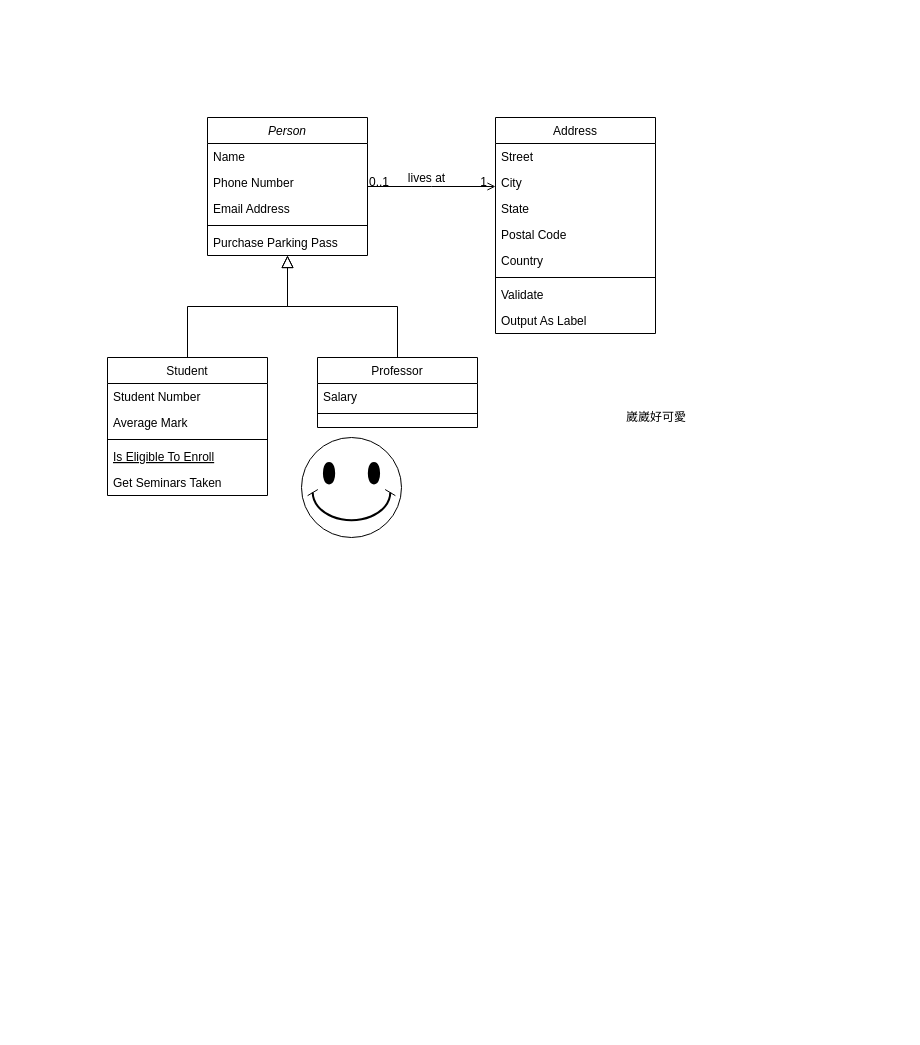
This is UML.drawio from jiang0906/6-2, a draw.io file, before an edit. Source tidied: cells renumbered, new cells numbered last; positions are measured from the earlier drawing's top-left corner, leaving out a move shared by most shapes. Both pictures are drawn from the tidied source at 100%, with x=0, y=0 at pixel (107, 117).
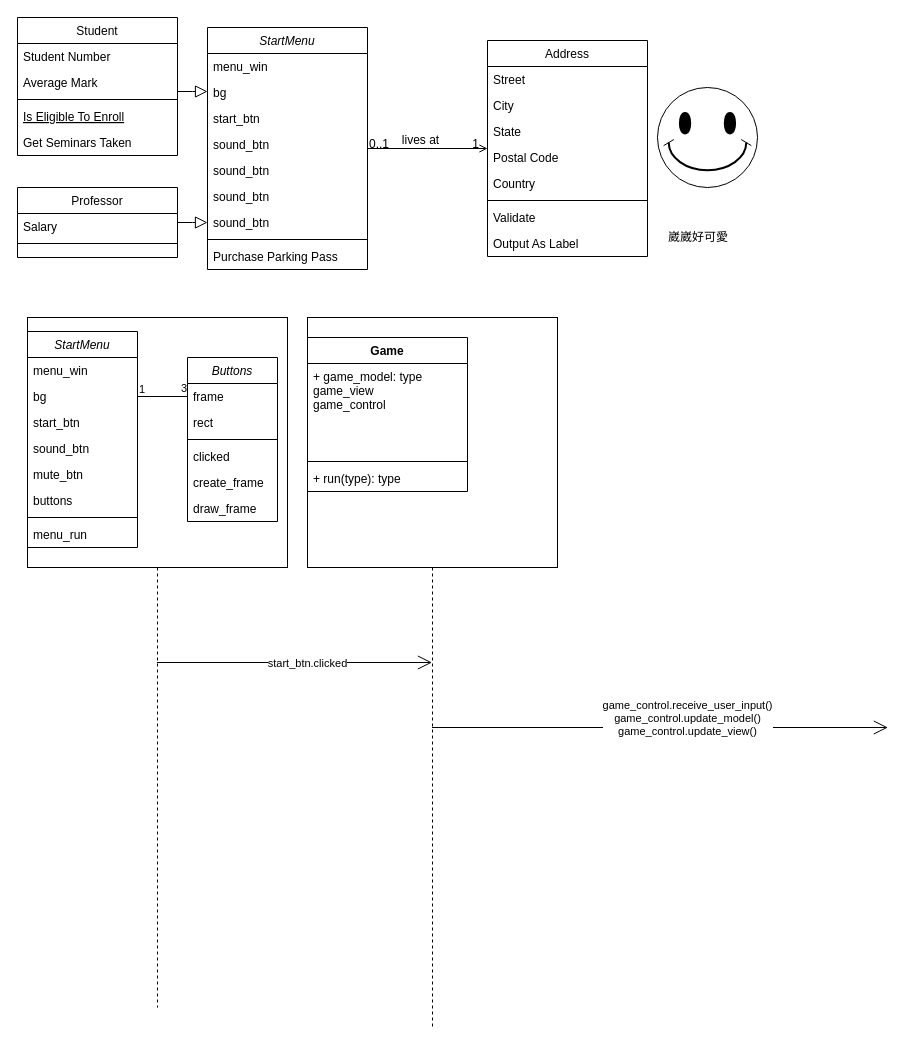
The same page after the edit.

What changed in the source:
```diff
@@
-    <mxCell id="2" value="Person" style="swimlane;fontStyle=2;align=center;verticalAlign=top;horizontal=1;startSize=26;rounded=0;shadow=0;strokeWidth=1;" parent="1" vertex="1">
-      <mxGeometry x="100" width="160" height="138" as="geometry" />
+    <mxCell id="2" value="StartMenu" style="swimlane;fontStyle=2;align=center;verticalAlign=top;horizontal=1;startSize=26;rounded=0;shadow=0;strokeWidth=1;" parent="1" vertex="1">
+      <mxGeometry x="100" y="-90" width="160" height="242" as="geometry" />
     </mxCell>
-    <mxCell id="3" value="Name" style="text;align=left;verticalAlign=top;spacingLeft=4;spacingRight=4;overflow=hidden;" parent="2" vertex="1">
+    <mxCell id="3" value="menu_win" style="text;align=left;verticalAlign=top;spacingLeft=4;spacingRight=4;overflow=hidden;" parent="2" vertex="1">
       <mxGeometry y="26" width="160" height="26" as="geometry" />
     </mxCell>
-    <mxCell id="4" value="Phone Number" style="text;align=left;verticalAlign=top;spacingLeft=4;spacingRight=4;overflow=hidden;rounded=0;shadow=0;html=0;" parent="2" vertex="1">
+    <mxCell id="4" value="bg" style="text;align=left;verticalAlign=top;spacingLeft=4;spacingRight=4;overflow=hidden;rounded=0;shadow=0;html=0;" parent="2" vertex="1">
       <mxGeometry y="52" width="160" height="26" as="geometry" />
     </mxCell>
-    <mxCell id="5" value="Email Address" style="text;align=left;verticalAlign=top;spacingLeft=4;spacingRight=4;overflow=hidden;rounded=0;shadow=0;html=0;" parent="2" vertex="1">
+    <mxCell id="5" value="start_btn" style="text;align=left;verticalAlign=top;spacingLeft=4;spacingRight=4;overflow=hidden;rounded=0;shadow=0;html=0;" parent="2" vertex="1">
       <mxGeometry y="78" width="160" height="26" as="geometry" />
     </mxCell>
+    <mxCell id="34" value="sound_btn" style="text;align=left;verticalAlign=top;spacingLeft=4;spacingRight=4;overflow=hidden;rounded=0;shadow=0;html=0;" parent="2" vertex="1">
+      <mxGeometry y="104" width="160" height="26" as="geometry" />
+    </mxCell>
+    <mxCell id="35" value="sound_btn" style="text;align=left;verticalAlign=top;spacingLeft=4;spacingRight=4;overflow=hidden;rounded=0;shadow=0;html=0;" parent="2" vertex="1">
+      <mxGeometry y="130" width="160" height="26" as="geometry" />
+    </mxCell>
+    <mxCell id="36" value="sound_btn" style="text;align=left;verticalAlign=top;spacingLeft=4;spacingRight=4;overflow=hidden;rounded=0;shadow=0;html=0;" parent="2" vertex="1">
+      <mxGeometry y="156" width="160" height="26" as="geometry" />
+    </mxCell>
+    <mxCell id="37" value="sound_btn" style="text;align=left;verticalAlign=top;spacingLeft=4;spacingRight=4;overflow=hidden;rounded=0;shadow=0;html=0;" parent="2" vertex="1">
+      <mxGeometry y="182" width="160" height="26" as="geometry" />
+    </mxCell>
     <mxCell id="6" style="line;html=1;strokeWidth=1;align=left;verticalAlign=middle;spacingTop=-1;spacingLeft=3;spacingRight=3;labelPosition=right;" parent="2" vertex="1">
-      <mxGeometry y="104" width="160" height="8" as="geometry" />
+      <mxGeometry y="208" width="160" height="8" as="geometry" />
     </mxCell>
     <mxCell id="7" value="Purchase Parking Pass" style="text;align=left;verticalAlign=top;spacingLeft=4;spacingRight=4;overflow=hidden;" parent="2" vertex="1">
-      <mxGeometry y="112" width="160" height="26" as="geometry" />
+      <mxGeometry y="216" width="160" height="26" as="geometry" />
     </mxCell>
     <mxCell id="8" value="Student" style="swimlane;fontStyle=0;align=center;verticalAlign=top;horizontal=1;startSize=26;rounded=0;shadow=0;strokeWidth=1;" parent="1" vertex="1">
-      <mxGeometry y="240" width="160" height="138" as="geometry" />
+      <mxGeometry x="-90" y="-100" width="160" height="138" as="geometry" />
     </mxCell>
@@
     <mxCell id="15" value="Professor" style="swimlane;fontStyle=0;align=center;verticalAlign=top;horizontal=1;startSize=26;rounded=0;shadow=0;strokeWidth=1;" parent="1" vertex="1">
-      <mxGeometry x="210" y="240" width="160" height="70" as="geometry" />
+      <mxGeometry x="-90" y="70" width="160" height="70" as="geometry" />
     </mxCell>
@@
     <mxCell id="19" value="Address" style="swimlane;fontStyle=0;align=center;verticalAlign=top;horizontal=1;startSize=26;rounded=0;shadow=0;strokeWidth=1;" parent="1" vertex="1">
-      <mxGeometry x="388" width="160" height="216" as="geometry" />
+      <mxGeometry x="380" y="-77" width="160" height="216" as="geometry" />
     </mxCell>
@@
     <mxCell id="32" style="verticalLabelPosition=bottom;verticalAlign=top;html=1;shape=mxgraph.basic.smiley;" parent="1" vertex="1">
-      <mxGeometry x="194" y="320" width="100" height="100" as="geometry" />
+      <mxGeometry x="550" y="-30" width="100" height="100" as="geometry" />
     </mxCell>
     <mxCell id="33" value="崴崴好可愛" style="text;html=1;strokeColor=none;fillColor=none;align=center;verticalAlign=middle;whiteSpace=wrap;rounded=0;" parent="1" vertex="1">
-      <mxGeometry x="508" y="290" width="82" height="20" as="geometry" />
+      <mxGeometry x="550" y="110" width="82" height="20" as="geometry" />
     </mxCell>
+    <mxCell id="38" style="shape=umlLifeline;perimeter=lifelinePerimeter;whiteSpace=wrap;html=1;outlineConnect=0;size=250;" parent="1" vertex="1">
+      <mxGeometry x="-80" y="200" width="260" height="690" as="geometry" />
+    </mxCell>
+    <mxCell id="39" value="StartMenu" style="swimlane;fontStyle=2;align=center;verticalAlign=top;horizontal=1;startSize=26;rounded=0;shadow=0;strokeWidth=1;" parent="38" vertex="1">
+      <mxGeometry y="14" width="110" height="216" as="geometry" />
+    </mxCell>
+    <mxCell id="40" value="menu_win" style="text;align=left;verticalAlign=top;spacingLeft=4;spacingRight=4;overflow=hidden;" parent="39" vertex="1">
+      <mxGeometry y="26" width="110" height="26" as="geometry" />
+    </mxCell>
+    <mxCell id="41" value="bg" style="text;align=left;verticalAlign=top;spacingLeft=4;spacingRight=4;overflow=hidden;points=[[0,0.5],[1,0.5]];portConstraint=eastwest;rounded=0;shadow=0;html=0;" parent="39" vertex="1">
+      <mxGeometry y="52" width="110" height="26" as="geometry" />
+    </mxCell>
+    <mxCell id="42" value="start_btn" style="text;align=left;verticalAlign=top;spacingLeft=4;spacingRight=4;overflow=hidden;rounded=0;shadow=0;html=0;" parent="39" vertex="1">
+      <mxGeometry y="78" width="110" height="26" as="geometry" />
+    </mxCell>
+    <mxCell id="43" value="sound_btn" style="text;align=left;verticalAlign=top;spacingLeft=4;spacingRight=4;overflow=hidden;rounded=0;shadow=0;html=0;" parent="39" vertex="1">
+      <mxGeometry y="104" width="110" height="26" as="geometry" />
+    </mxCell>
+    <mxCell id="44" value="mute_btn" style="text;align=left;verticalAlign=top;spacingLeft=4;spacingRight=4;overflow=hidden;rounded=0;shadow=0;html=0;" parent="39" vertex="1">
+      <mxGeometry y="130" width="110" height="26" as="geometry" />
+    </mxCell>
+    <mxCell id="45" value="buttons" style="text;align=left;verticalAlign=top;spacingLeft=4;spacingRight=4;overflow=hidden;rounded=0;shadow=0;html=0;" parent="39" vertex="1">
+      <mxGeometry y="156" width="110" height="26" as="geometry" />
+    </mxCell>
+    <mxCell id="46" style="line;html=1;strokeWidth=1;align=left;verticalAlign=middle;spacingTop=-1;spacingLeft=3;spacingRight=3;labelPosition=right;" parent="39" vertex="1">
+      <mxGeometry y="182" width="110" height="8" as="geometry" />
+    </mxCell>
+    <mxCell id="47" value="menu_run" style="text;align=left;verticalAlign=top;spacingLeft=4;spacingRight=4;overflow=hidden;" parent="39" vertex="1">
+      <mxGeometry y="190" width="110" height="26" as="geometry" />
+    </mxCell>
+    <mxCell id="48" value="Buttons" style="swimlane;fontStyle=2;align=center;verticalAlign=top;horizontal=1;startSize=26;rounded=0;shadow=0;strokeWidth=1;" parent="38" vertex="1">
+      <mxGeometry x="160" y="40" width="90" height="164" as="geometry" />
+    </mxCell>
+    <mxCell id="49" value="frame" style="text;align=left;verticalAlign=top;spacingLeft=4;spacingRight=4;overflow=hidden;points=[[0,0.5],[1,0.5]];portConstraint=eastwest;" parent="48" vertex="1">
+      <mxGeometry y="26" width="90" height="26" as="geometry" />
+    </mxCell>
+    <mxCell id="50" value="rect" style="text;align=left;verticalAlign=top;spacingLeft=4;spacingRight=4;overflow=hidden;rounded=0;shadow=0;html=0;" parent="48" vertex="1">
+      <mxGeometry y="52" width="90" height="26" as="geometry" />
+    </mxCell>
+    <mxCell id="51" style="line;html=1;strokeWidth=1;align=left;verticalAlign=middle;spacingTop=-1;spacingLeft=3;spacingRight=3;labelPosition=right;" parent="48" vertex="1">
+      <mxGeometry y="78" width="90" height="8" as="geometry" />
+    </mxCell>
+    <mxCell id="52" value="clicked" style="text;align=left;verticalAlign=top;spacingLeft=4;spacingRight=4;overflow=hidden;" parent="48" vertex="1">
+      <mxGeometry y="86" width="90" height="26" as="geometry" />
+    </mxCell>
+    <mxCell id="53" value="create_frame" style="text;align=left;verticalAlign=top;spacingLeft=4;spacingRight=4;overflow=hidden;" parent="48" vertex="1">
+      <mxGeometry y="112" width="90" height="26" as="geometry" />
+    </mxCell>
+    <mxCell id="54" value="draw_frame" style="text;align=left;verticalAlign=top;spacingLeft=4;spacingRight=4;overflow=hidden;" parent="48" vertex="1">
+      <mxGeometry y="138" width="90" height="26" as="geometry" />
+    </mxCell>
+    <mxCell id="55" style="endArrow=none;html=1;edgeStyle=orthogonalEdgeStyle;entryX=0;entryY=0.5;entryDx=0;entryDy=0;exitX=1;exitY=0.5;exitDx=0;exitDy=0;" parent="38" edge="1" source="41" target="49">
+      <mxGeometry relative="1" as="geometry" />
+    </mxCell>
+    <mxCell id="56" value="1" style="edgeLabel;html=1;align=left;verticalAlign=bottom;" parent="55" vertex="1">
+      <mxGeometry x="-1" relative="1" as="geometry">
+        <mxPoint y="1" as="offset" />
+      </mxGeometry>
+    </mxCell>
+    <mxCell id="57" value="3" style="edgeLabel;html=1;align=right;verticalAlign=bottom;" parent="55" vertex="1">
+      <mxGeometry x="1" relative="1" as="geometry" />
+    </mxCell>
+    <mxCell id="58" style="shape=umlLifeline;perimeter=lifelinePerimeter;whiteSpace=wrap;html=1;outlineConnect=0;size=250;" parent="1" vertex="1">
+      <mxGeometry x="200" y="200" width="250" height="710" as="geometry" />
+    </mxCell>
+    <mxCell id="59" value="Game" style="swimlane;fontStyle=1;align=center;verticalAlign=top;horizontal=1;startSize=26;" parent="58" vertex="1">
+      <mxGeometry y="20" width="160" height="154" as="geometry" />
+    </mxCell>
+    <mxCell id="60" value="+ game_model: type&#10;game_view&#10;game_control" style="text;strokeColor=none;fillColor=none;align=left;verticalAlign=top;spacingLeft=4;spacingRight=4;overflow=hidden;" parent="59" vertex="1">
+      <mxGeometry y="26" width="160" height="94" as="geometry" />
+    </mxCell>
+    <mxCell id="61" style="line;strokeWidth=1;fillColor=none;align=left;verticalAlign=middle;spacingTop=-1;spacingLeft=3;spacingRight=3;labelPosition=right;" parent="59" vertex="1">
+      <mxGeometry y="120" width="160" height="8" as="geometry" />
+    </mxCell>
+    <mxCell id="62" value="+ run(type): type" style="text;strokeColor=none;fillColor=none;align=left;verticalAlign=top;spacingLeft=4;spacingRight=4;overflow=hidden;" parent="59" vertex="1">
+      <mxGeometry y="128" width="160" height="26" as="geometry" />
+    </mxCell>
+    <mxCell id="63" style="endArrow=open;endFill=1;endSize=12;html=1;" parent="1" edge="1" source="38" target="58">
+      <mxGeometry relative="1" as="geometry" />
+    </mxCell>
+    <mxCell id="64" value="start_btn.clicked" style="edgeLabel;html=1;align=center;verticalAlign=middle;" parent="63" vertex="1">
+      <mxGeometry x="0.1" relative="1" as="geometry">
+        <mxPoint x="-1" as="offset" />
+      </mxGeometry>
+    </mxCell>
+    <mxCell id="65" style="endArrow=open;endFill=1;endSize=12;html=1;" parent="1" edge="1" source="58">
+      <mxGeometry relative="1" as="geometry">
+        <mxPoint x="780.4" y="610" as="targetPoint" />
+      </mxGeometry>
+    </mxCell>
+    <mxCell id="66" value="&lt;span style=&quot;font-size: 11px&quot;&gt;game_control.receive_user_input()&lt;br&gt;game_control.update_model()&lt;br&gt;game_control.update_view()&lt;/span&gt;" style="edgeLabel;html=1;align=center;verticalAlign=middle;" parent="65" vertex="1">
+      <mxGeometry x="0.1" relative="1" as="geometry">
+        <mxPoint x="4" y="-10" as="offset" />
+      </mxGeometry>
+    </mxCell>
```
